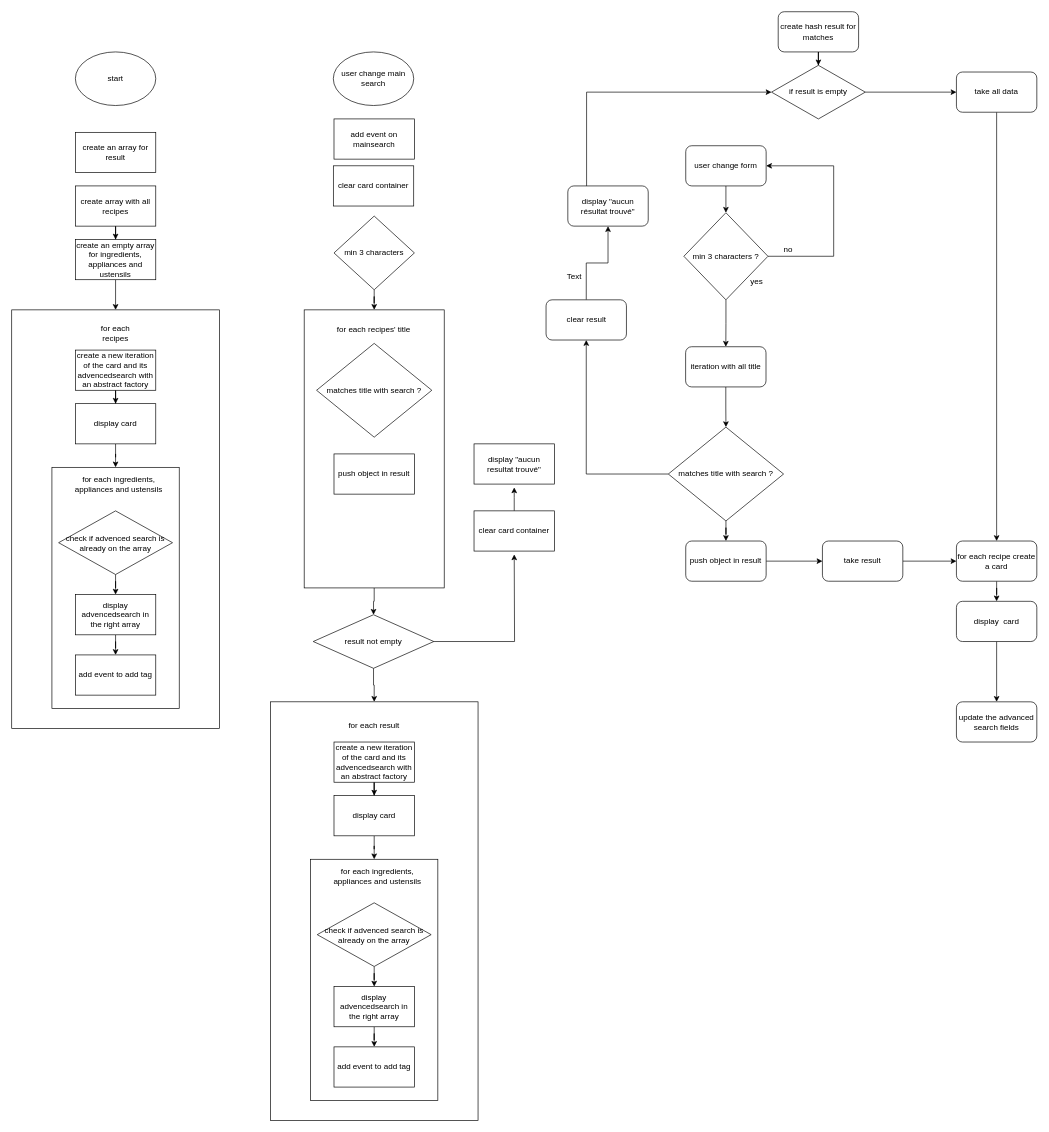
This is algorigramme programmation fonctionnelle.drawio from madelineGrammatico/Les_Petits_Plats, a draw.io file, before an edit. Source tidied: cells renumbered, new cells numbered last; positions are measured from the earlier drawing's top-left corner, leaving out a move shared by most shapes. Both pictures are drawn from the tidied source at 67%, with x=0, y=0 at pixel (11, 11).
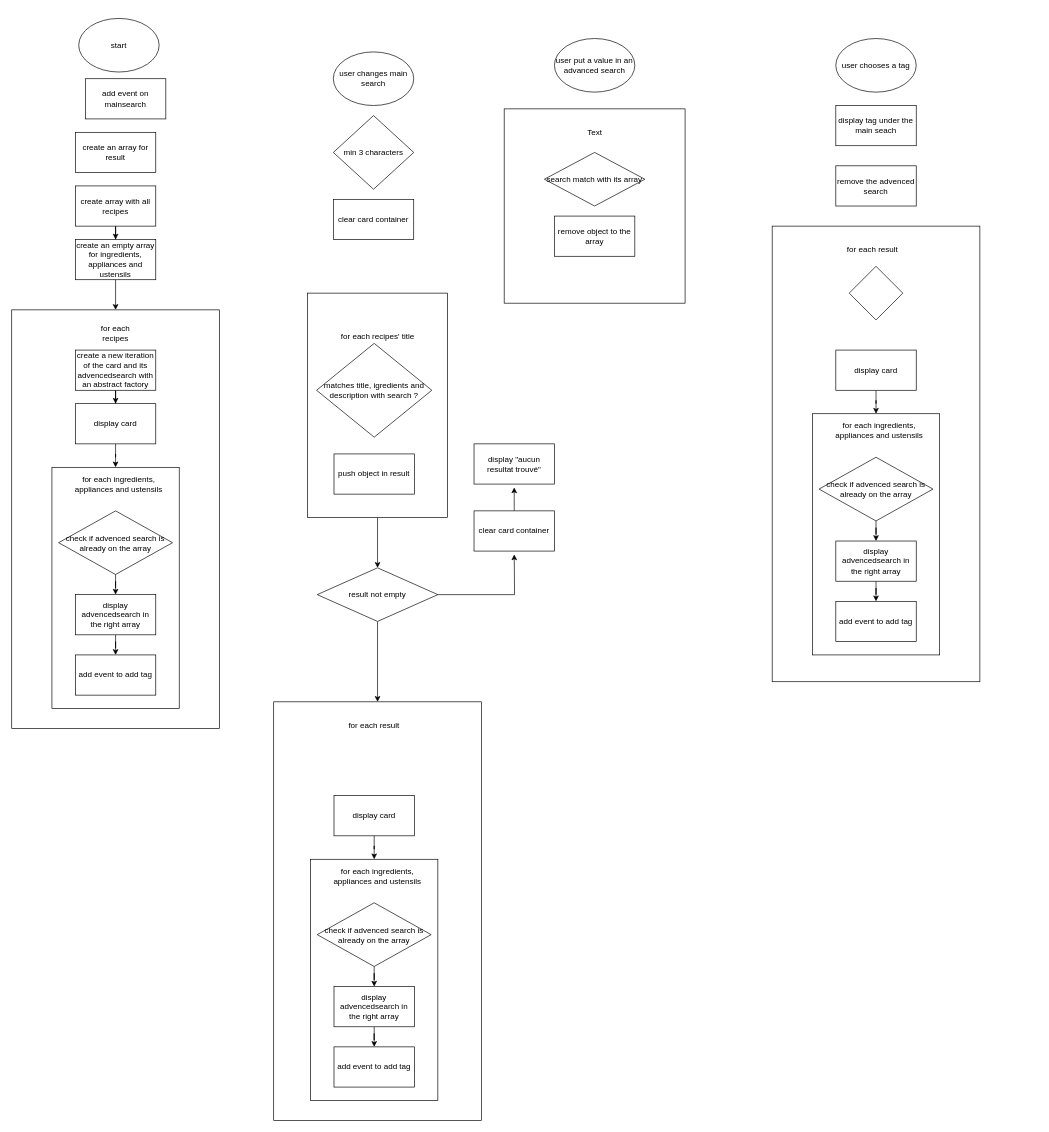
The same page after the edit.

The change refers to these unchanged cells:
```xml
<mxCell id="70" value="display card" style="rounded=0;whiteSpace=wrap;html=1;" parent="1" vertex="1">
  <mxGeometry x="481" y="1170" width="120" height="60" as="geometry" />
</mxCell>
```

Diff of the diagram source:
```diff
@@
-    <mxCell id="2" style="edgeStyle=orthogonalEdgeStyle;rounded=0;jettySize=auto;html=1;entryX=1;entryY=0.5;entryDx=0;entryDy=0;exitX=1;exitY=0.5;exitDx=0;exitDy=0;" parent="1" edge="1" source="4" target="6">
-      <mxGeometry relative="1" as="geometry">
-        <Array as="points">
-          <mxPoint x="1226.8" y="365" />
-          <mxPoint x="1226.8" y="230" />
-        </Array>
-      </mxGeometry>
-    </mxCell>
-    <mxCell id="3" style="edgeStyle=orthogonalEdgeStyle;rounded=0;jettySize=auto;html=1;entryX=0.5;entryY=0;entryDx=0;entryDy=0;" parent="1" edge="1" source="4" target="15">
-      <mxGeometry relative="1" as="geometry" />
-    </mxCell>
-    <mxCell id="4" value="min 3 characters ? " style="rhombus;whiteSpace=wrap;html=1;" parent="1" vertex="1">
-      <mxGeometry x="1003.2" y="300" width="125.5" height="130" as="geometry" />
-    </mxCell>
-    <mxCell id="5" style="edgeStyle=orthogonalEdgeStyle;rounded=0;jettySize=auto;html=1;entryX=0.5;entryY=0;entryDx=0;entryDy=0;" parent="1" edge="1" source="6" target="4">
-      <mxGeometry relative="1" as="geometry" />
-    </mxCell>
-    <mxCell id="6" value="user change form" style="rounded=1;whiteSpace=wrap;html=1;" parent="1" vertex="1">
-      <mxGeometry x="1006" y="200" width="120" height="60" as="geometry" />
-    </mxCell>
-    <mxCell id="7" value="yes" style="text;html=1;strokeColor=none;fillColor=none;align=center;verticalAlign=middle;whiteSpace=wrap;rounded=0;" parent="1" vertex="1">
-      <mxGeometry x="1084.8" y="390" width="54" height="25" as="geometry" />
-    </mxCell>
-    <mxCell id="8" value="update the advanced search fields" style="rounded=1;whiteSpace=wrap;html=1;" parent="1" vertex="1">
-      <mxGeometry x="1410" y="1030" width="120" height="60" as="geometry" />
-    </mxCell>
-    <mxCell id="9" value="no" style="text;html=1;strokeColor=none;fillColor=none;align=center;verticalAlign=middle;whiteSpace=wrap;rounded=0;" parent="1" vertex="1">
-      <mxGeometry x="1146.8" y="320" width="24" height="70" as="geometry" />
-    </mxCell>
-    <mxCell id="10" style="edgeStyle=orthogonalEdgeStyle;rounded=0;jettySize=auto;html=1;entryX=0;entryY=0.5;entryDx=0;entryDy=0;" parent="1" edge="1" source="11" target="22">
-      <mxGeometry relative="1" as="geometry">
-        <Array as="points">
-          <mxPoint x="858" y="120" />
-        </Array>
-      </mxGeometry>
-    </mxCell>
-    <mxCell id="11" value="display &quot;aucun résultat trouvé&quot;" style="rounded=1;whiteSpace=wrap;html=1;" parent="1" vertex="1">
-      <mxGeometry x="830" y="260" width="120" height="60" as="geometry" />
-    </mxCell>
-    <mxCell id="12" style="edgeStyle=orthogonalEdgeStyle;rounded=0;jettySize=auto;html=1;entryX=0.5;entryY=0;entryDx=0;entryDy=0;" parent="1" edge="1" source="13" target="22">
-      <mxGeometry relative="1" as="geometry" />
-    </mxCell>
-    <mxCell id="13" value="create hash result for matches" style="rounded=1;whiteSpace=wrap;html=1;" parent="1" vertex="1">
-      <mxGeometry x="1144" width="120" height="60" as="geometry" />
-    </mxCell>
-    <mxCell id="14" style="edgeStyle=orthogonalEdgeStyle;rounded=0;jettySize=auto;html=1;" parent="1" edge="1" source="15" target="18">
-      <mxGeometry relative="1" as="geometry" />
-    </mxCell>
-    <mxCell id="15" value="iteration with all title" style="rounded=1;whiteSpace=wrap;html=1;" parent="1" vertex="1">
-      <mxGeometry x="1005.8" y="500" width="120" height="60" as="geometry" />
-    </mxCell>
-    <mxCell id="16" style="edgeStyle=orthogonalEdgeStyle;rounded=0;jettySize=auto;html=1;entryX=0.5;entryY=0;entryDx=0;entryDy=0;" parent="1" edge="1" source="18" target="20">
-      <mxGeometry relative="1" as="geometry" />
-    </mxCell>
-    <mxCell id="17" style="edgeStyle=orthogonalEdgeStyle;rounded=0;jettySize=auto;html=1;entryX=0.5;entryY=1;entryDx=0;entryDy=0;" parent="1" edge="1" source="18" target="24">
-      <mxGeometry relative="1" as="geometry" />
-    </mxCell>
-    <mxCell id="18" value="matches title with search ?" style="rhombus;whiteSpace=wrap;html=1;" parent="1" vertex="1">
-      <mxGeometry x="980" y="620" width="172" height="140" as="geometry" />
-    </mxCell>
-    <mxCell id="19" style="edgeStyle=orthogonalEdgeStyle;rounded=0;jettySize=auto;html=1;entryX=0;entryY=0.5;entryDx=0;entryDy=0;" parent="1" edge="1" source="20" target="32">
-      <mxGeometry relative="1" as="geometry" />
-    </mxCell>
-    <mxCell id="20" value="push object in result" style="rounded=1;whiteSpace=wrap;html=1;" parent="1" vertex="1">
-      <mxGeometry x="1006" y="790" width="120" height="60" as="geometry" />
-    </mxCell>
-    <mxCell id="21" style="edgeStyle=orthogonalEdgeStyle;rounded=0;jettySize=auto;html=1;entryX=0;entryY=0.5;entryDx=0;entryDy=0;" parent="1" edge="1" source="22" target="26">
-      <mxGeometry relative="1" as="geometry" />
-    </mxCell>
-    <mxCell id="22" value="if result is empty" style="rhombus;whiteSpace=wrap;html=1;" parent="1" vertex="1">
-      <mxGeometry x="1134" y="80" width="140" height="80" as="geometry" />
-    </mxCell>
-    <mxCell id="23" style="edgeStyle=orthogonalEdgeStyle;rounded=0;jettySize=auto;html=1;entryX=0.5;entryY=1;entryDx=0;entryDy=0;" parent="1" edge="1" source="24" target="11">
-      <mxGeometry relative="1" as="geometry" />
-    </mxCell>
-    <mxCell id="24" value="clear result" style="rounded=1;whiteSpace=wrap;html=1;" parent="1" vertex="1">
-      <mxGeometry x="797.5" y="430" width="120" height="60" as="geometry" />
-    </mxCell>
-    <mxCell id="25" style="edgeStyle=orthogonalEdgeStyle;rounded=0;jettySize=auto;html=1;exitX=0.5;exitY=1;exitDx=0;exitDy=0;entryX=0.5;entryY=0;entryDx=0;entryDy=0;" parent="1" edge="1" source="26" target="28">
-      <mxGeometry relative="1" as="geometry" />
-    </mxCell>
-    <mxCell id="26" value="take all data" style="rounded=1;whiteSpace=wrap;html=1;" parent="1" vertex="1">
-      <mxGeometry x="1410" y="90" width="120" height="60" as="geometry" />
-    </mxCell>
-    <mxCell id="27" style="edgeStyle=orthogonalEdgeStyle;rounded=0;jettySize=auto;html=1;entryX=0.5;entryY=0;entryDx=0;entryDy=0;" parent="1" edge="1" source="28" target="30">
-      <mxGeometry relative="1" as="geometry" />
-    </mxCell>
-    <mxCell id="28" value="for each recipe create a card" style="rounded=1;whiteSpace=wrap;html=1;" parent="1" vertex="1">
-      <mxGeometry x="1410" y="790" width="120" height="60" as="geometry" />
-    </mxCell>
-    <mxCell id="29" style="edgeStyle=orthogonalEdgeStyle;rounded=0;jettySize=auto;html=1;" parent="1" edge="1" source="30" target="8">
-      <mxGeometry relative="1" as="geometry" />
-    </mxCell>
-    <mxCell id="30" value="display&amp;nbsp; card" style="rounded=1;whiteSpace=wrap;html=1;" parent="1" vertex="1">
-      <mxGeometry x="1410" y="880" width="120" height="60" as="geometry" />
-    </mxCell>
-    <mxCell id="31" style="edgeStyle=orthogonalEdgeStyle;rounded=0;jettySize=auto;html=1;entryX=0;entryY=0.5;entryDx=0;entryDy=0;" parent="1" edge="1" source="32" target="28">
-      <mxGeometry relative="1" as="geometry" />
-    </mxCell>
-    <mxCell id="32" value="take result" style="rounded=1;whiteSpace=wrap;html=1;" parent="1" vertex="1">
-      <mxGeometry x="1210" y="790" width="120" height="60" as="geometry" />
-    </mxCell>
@@
-    <mxCell id="36" value="Text" style="text;html=1;strokeColor=none;fillColor=none;align=center;verticalAlign=middle;whiteSpace=wrap;rounded=0;" parent="1" vertex="1">
-      <mxGeometry x="810" y="380" width="60" height="30" as="geometry" />
-    </mxCell>
@@
     <mxCell id="53" style="rounded=0;whiteSpace=wrap;html=1;" parent="1" vertex="1">
-      <mxGeometry x="436.5" y="445" width="209" height="415" as="geometry" />
+      <mxGeometry x="441.5" y="420" width="209" height="335" as="geometry" />
     </mxCell>
-    <mxCell id="54" value="user change main search" style="ellipse;whiteSpace=wrap;html=1;" parent="1" vertex="1">
+    <mxCell id="54" value="user changes main search" style="ellipse;whiteSpace=wrap;html=1;" parent="1" vertex="1">
       <mxGeometry x="480" y="60" width="120" height="80" as="geometry" />
     </mxCell>
-    <mxCell id="55" style="edgeStyle=orthogonalEdgeStyle;rounded=0;jettySize=auto;html=1;" parent="1" edge="1" source="56" target="53">
-      <mxGeometry relative="1" as="geometry" />
-    </mxCell>
     <mxCell id="56" value="min 3 characters" style="rhombus;whiteSpace=wrap;html=1;" parent="1" vertex="1">
-      <mxGeometry x="481" y="305" width="120" height="110" as="geometry" />
+      <mxGeometry x="480" y="155" width="120" height="110" as="geometry" />
     </mxCell>
     <mxCell id="57" value="start" style="ellipse;whiteSpace=wrap;html=1;" parent="1" vertex="1">
-      <mxGeometry x="95" y="60" width="120" height="80" as="geometry" />
+      <mxGeometry x="100" y="10" width="120" height="80" as="geometry" />
     </mxCell>
     <mxCell id="58" value="add event on mainsearch" style="rounded=0;whiteSpace=wrap;html=1;" parent="1" vertex="1">
-      <mxGeometry x="481" y="160" width="120" height="60" as="geometry" />
+      <mxGeometry x="110" y="100" width="120" height="60" as="geometry" />
     </mxCell>
     <mxCell id="59" value="for each recipes' title" style="text;html=1;strokeColor=none;fillColor=none;align=center;verticalAlign=middle;whiteSpace=wrap;rounded=0;" parent="1" vertex="1">
-      <mxGeometry x="475.5" y="460" width="129" height="30" as="geometry" />
+      <mxGeometry x="481.5" y="470" width="129" height="30" as="geometry" />
     </mxCell>
-    <mxCell id="60" value="matches title with search ?" style="rhombus;whiteSpace=wrap;html=1;" parent="1" vertex="1">
+    <mxCell id="60" value="matches title, igredients and description with search ?" style="rhombus;whiteSpace=wrap;html=1;" parent="1" vertex="1">
       <mxGeometry x="455" y="495" width="172" height="140" as="geometry" />
     </mxCell>
@@
     <mxCell id="64" value="result not empty" style="rhombus;whiteSpace=wrap;html=1;" parent="1" vertex="1">
-      <mxGeometry x="450" y="900" width="180" height="80" as="geometry" />
+      <mxGeometry x="456" y="830" width="180" height="80" as="geometry" />
     </mxCell>
     <mxCell id="65" style="rounded=0;whiteSpace=wrap;html=1;" parent="1" vertex="1">
-      <mxGeometry x="386" y="1030" width="310" height="625" as="geometry" />
+      <mxGeometry x="391" y="1030" width="310" height="625" as="geometry" />
     </mxCell>
@@
-    <mxCell id="67" style="edgeStyle=orthogonalEdgeStyle;rounded=0;jettySize=auto;html=1;entryX=0.5;entryY=0;entryDx=0;entryDy=0;" parent="1" edge="1" source="68" target="70">
-      <mxGeometry relative="1" as="geometry" />
-    </mxCell>
-    <mxCell id="68" value="create a new iteration of the card and its advencedsearch with an abstract factory " style="rounded=0;whiteSpace=wrap;html=1;" parent="1" vertex="1">
-      <mxGeometry x="481" y="1090" width="120" height="60" as="geometry" />
-    </mxCell>
@@
     <mxCell id="81" value="clear card container" style="rounded=0;whiteSpace=wrap;html=1;" parent="1" vertex="1">
-      <mxGeometry x="480" y="230" width="120" height="60" as="geometry" />
+      <mxGeometry x="480" y="280" width="120" height="60" as="geometry" />
     </mxCell>
+    <mxCell id="82" value="user put a value in an advanced search" style="ellipse;whiteSpace=wrap;html=1;" parent="1" vertex="1">
+      <mxGeometry x="810" y="40" width="120" height="80" as="geometry" />
+    </mxCell>
+    <mxCell id="83" style="rounded=0;whiteSpace=wrap;html=1;" parent="1" vertex="1">
+      <mxGeometry x="735" y="145" width="270" height="290" as="geometry" />
+    </mxCell>
+    <mxCell id="84" value="search match with its array" style="rhombus;whiteSpace=wrap;html=1;" parent="1" vertex="1">
+      <mxGeometry x="795" y="210" width="150" height="80" as="geometry" />
+    </mxCell>
+    <mxCell id="85" value="remove object to the array" style="rounded=0;whiteSpace=wrap;html=1;" parent="1" vertex="1">
+      <mxGeometry x="810" y="305" width="120" height="60" as="geometry" />
+    </mxCell>
+    <mxCell id="36" value="Text" style="text;html=1;strokeColor=none;fillColor=none;align=center;verticalAlign=middle;whiteSpace=wrap;rounded=0;" parent="1" vertex="1">
+      <mxGeometry x="812.5" y="165" width="115" height="30" as="geometry" />
+    </mxCell>
+    <mxCell id="86" value="user chooses a tag" style="ellipse;whiteSpace=wrap;html=1;" parent="1" vertex="1">
+      <mxGeometry x="1230" y="40" width="120" height="80" as="geometry" />
+    </mxCell>
+    <mxCell id="87" value="display tag under the main seach " style="rounded=0;whiteSpace=wrap;html=1;" parent="1" vertex="1">
+      <mxGeometry x="1230" y="140" width="120" height="60" as="geometry" />
+    </mxCell>
+    <mxCell id="88" value="remove the advenced search" style="rounded=0;whiteSpace=wrap;html=1;" parent="1" vertex="1">
+      <mxGeometry x="1230" y="230" width="120" height="60" as="geometry" />
+    </mxCell>
+    <mxCell id="89" style="rounded=0;whiteSpace=wrap;html=1;" parent="1" vertex="1">
+      <mxGeometry x="1135" y="320" width="310" height="680" as="geometry" />
+    </mxCell>
+    <mxCell id="90" value="for each result" style="text;html=1;strokeColor=none;fillColor=none;align=center;verticalAlign=middle;whiteSpace=wrap;rounded=0;" parent="1" vertex="1">
+      <mxGeometry x="1245" y="340" width="80" height="30" as="geometry" />
+    </mxCell>
+    <mxCell id="91" style="edgeStyle=orthogonalEdgeStyle;rounded=0;jettySize=auto;html=1;entryX=0.5;entryY=0;entryDx=0;entryDy=0;" parent="1" edge="1" source="30" target="92">
+      <mxGeometry relative="1" as="geometry" />
+    </mxCell>
+    <mxCell id="30" value="display card" style="rounded=0;whiteSpace=wrap;html=1;" parent="1" vertex="1">
+      <mxGeometry x="1230" y="505" width="120" height="60" as="geometry" />
+    </mxCell>
+    <mxCell id="92" style="rounded=0;whiteSpace=wrap;html=1;" parent="1" vertex="1">
+      <mxGeometry x="1195" y="600" width="190" height="360" as="geometry" />
+    </mxCell>
+    <mxCell id="93" style="edgeStyle=orthogonalEdgeStyle;rounded=0;jettySize=auto;html=1;" parent="1" edge="1" source="94" target="98">
+      <mxGeometry relative="1" as="geometry" />
+    </mxCell>
+    <mxCell id="94" value="display advencedsearch in the right array" style="rounded=0;whiteSpace=wrap;html=1;" parent="1" vertex="1">
+      <mxGeometry x="1230" y="790" width="120" height="60" as="geometry" />
+    </mxCell>
+    <mxCell id="95" style="edgeStyle=orthogonalEdgeStyle;rounded=0;jettySize=auto;html=1;" parent="1" edge="1" source="96" target="94">
+      <mxGeometry relative="1" as="geometry" />
+    </mxCell>
+    <mxCell id="96" value="check if advenced search is already on the array" style="rhombus;whiteSpace=wrap;html=1;" parent="1" vertex="1">
+      <mxGeometry x="1205" y="665" width="170" height="95" as="geometry" />
+    </mxCell>
+    <mxCell id="97" value="for each ingredients, appliances and ustensils" style="text;html=1;strokeColor=none;fillColor=none;align=center;verticalAlign=middle;whiteSpace=wrap;rounded=0;" parent="1" vertex="1">
+      <mxGeometry x="1220" y="610" width="150" height="30" as="geometry" />
+    </mxCell>
+    <mxCell id="98" value="add event to add tag" style="rounded=0;whiteSpace=wrap;html=1;" parent="1" vertex="1">
+      <mxGeometry x="1230" y="880" width="120" height="60" as="geometry" />
+    </mxCell>
+    <mxCell id="99" style="rhombus;whiteSpace=wrap;html=1;" parent="1" vertex="1">
+      <mxGeometry x="1250" y="380" width="80" height="80" as="geometry" />
+    </mxCell>
```
